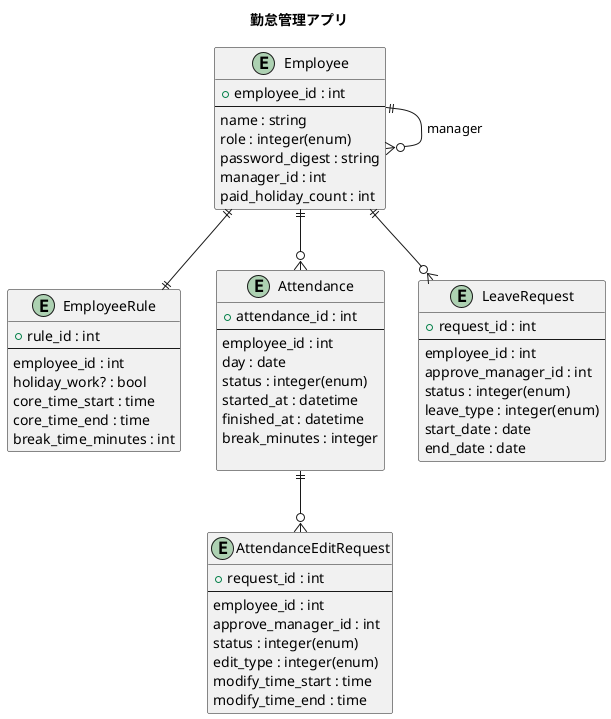
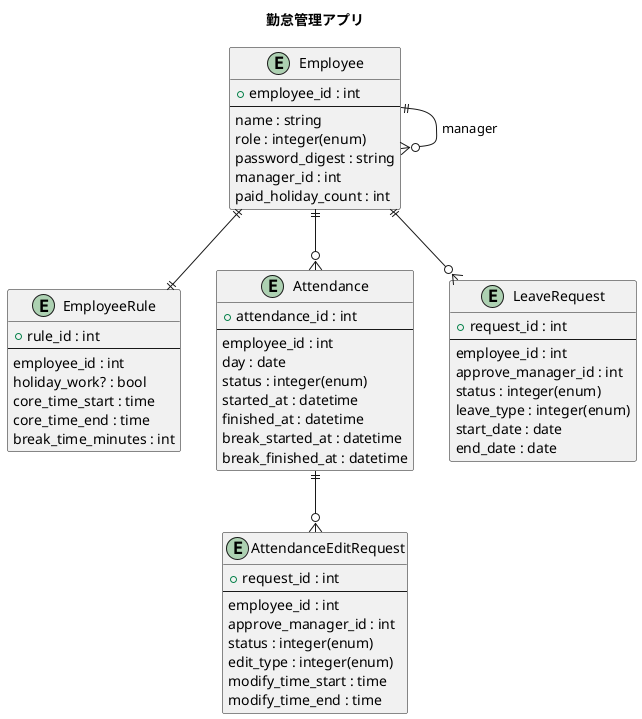
@startuml
title 勤怠管理アプリ

entity Employee {
  + employee_id : int
  --
  name : string
  role : integer(enum)
  password_digest : string
  manager_id : int
  paid_holiday_count : int
}
Employee ||--o{ Employee : manager

entity EmployeeRule {
  + rule_id : int
  --
  employee_id : int
  holiday_work? : bool
  core_time_start : time
  core_time_end : time
  break_time_minutes : int
}

Employee ||--||EmployeeRule

entity Attendance {
  + attendance_id : int
  --
  employee_id : int
  day : date
  status : integer(enum)
  started_at : datetime
  finished_at : datetime
-   break_minutes : integer
- 
+   break_started_at : datetime
+   break_finished_at : datetime
}

entity AttendanceEditRequest{
  + request_id : int
  --
  employee_id : int
  approve_manager_id : int
  status : integer(enum)
  edit_type : integer(enum)
  modify_time_start : time
  modify_time_end : time
}

entity LeaveRequest{
  + request_id : int
  --
  employee_id : int
  approve_manager_id : int
  status : integer(enum)
  leave_type : integer(enum)
  start_date : date
  end_date : date
}

Employee ||--o{ Attendance
Employee ||--o{ LeaveRequest
Attendance ||--o{ AttendanceEditRequest


@enduml